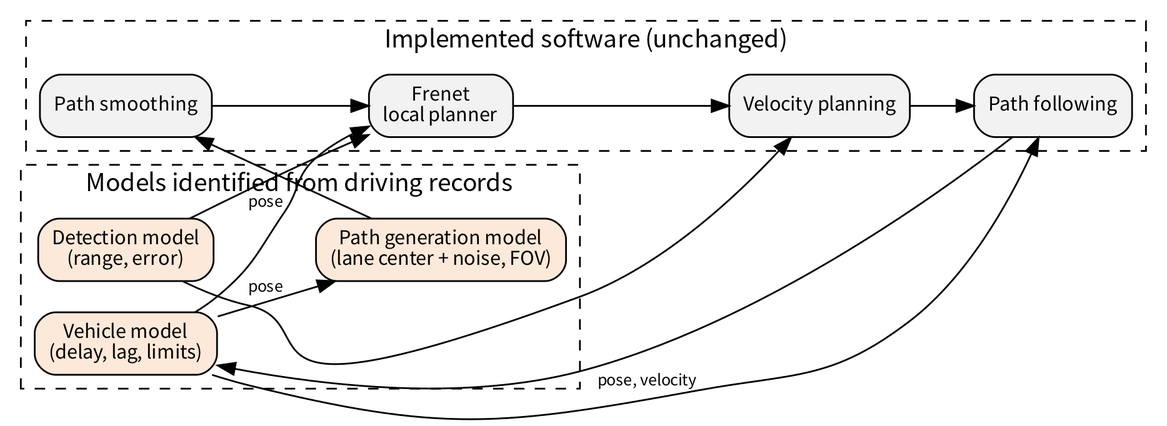
Before: images/sil.png, a diagram exported from Graphviz (kyo0221/master_thesis). Its source is kept beside it as images/sil.dot.
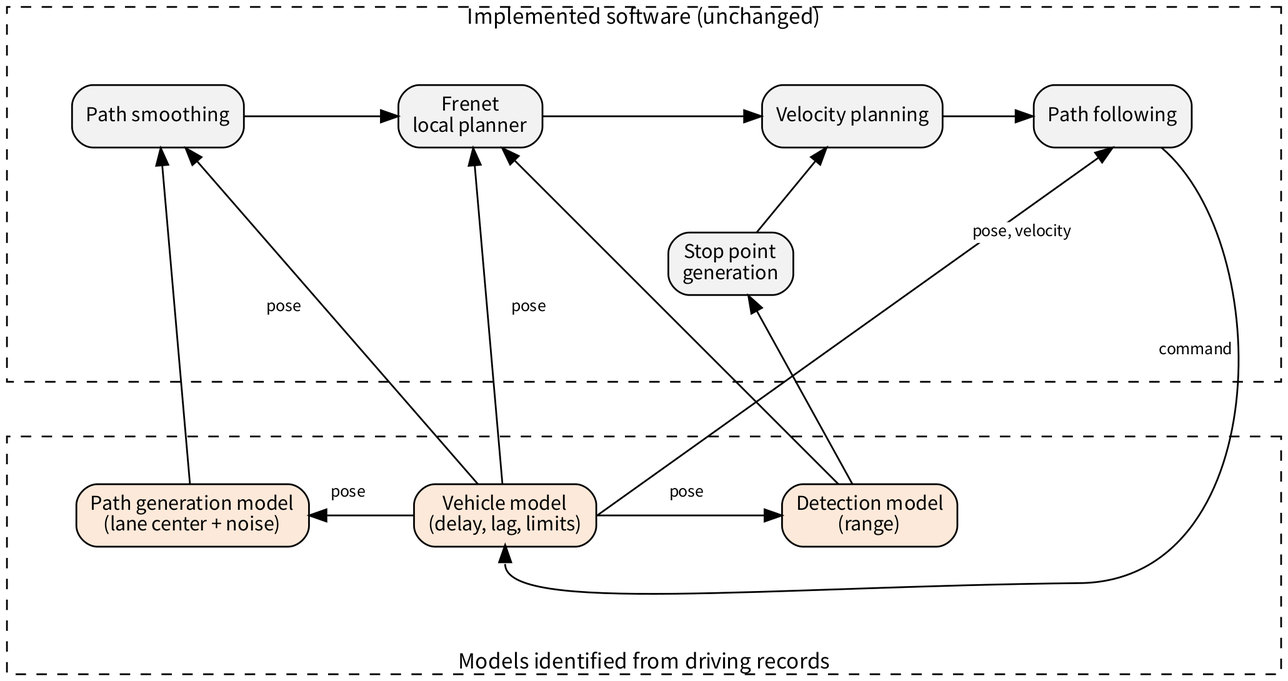
The same file after the commit.

Diff of the diagram source:
```diff
@@ -1,4 +1,11 @@
-digraph G { rankdir=LR; node [shape=box, style="rounded,filled", fontname="Noto Sans CJK JP", fontsize=11]; edge [fontname="Noto Sans CJK JP", fontsize=9];
-subgraph cluster_impl { label="Implemented software (unchanged)"; style=dashed; fontname="Noto Sans CJK JP"; sm [label="Path smoothing", fillcolor="#f2f2f2"]; lp [label="Frenet\nlocal planner", fillcolor="#f2f2f2"]; sp [label="Velocity planning", fillcolor="#f2f2f2"]; tr [label="Path following", fillcolor="#f2f2f2"]; }
-subgraph cluster_model { label="Models identified from driving records"; style=dashed; fontname="Noto Sans CJK JP"; pg [label="Path generation model\n(lane center + noise, FOV)", fillcolor="#fde9d9"]; det [label="Detection model\n(range, error)", fillcolor="#fde9d9"]; veh [label="Vehicle model\n(delay, lag, limits)", fillcolor="#fde9d9"]; }
-pg -> sm -> lp -> sp -> tr -> veh; det -> lp; det -> sp; veh -> pg [label="pose"]; veh -> lp [label="pose"]; veh -> tr [label="pose, velocity"]; }
+digraph G { splines=line;
+node [shape=box, style="rounded,filled", fontname="Noto Sans CJK JP", fontsize=11]; edge [fontname="Noto Sans CJK JP", fontsize=9];
+box_impl [label="Implemented software (unchanged)", shape=box, style=dashed, fillcolor=white, fixedsize=true, width=10.2, height=3.0, labelloc=t, fontsize=12, pos="350,190!"];
+box_model [label="Models identified from driving records", shape=box, style=dashed, fillcolor=white, fixedsize=true, width=10.2, height=1.9, labelloc=b, fontsize=12, pos="350,-18!"];
+sm [label="Path smoothing", fillcolor="#f2f2f2", pos="70,235!"]; lp [label="Frenet\nlocal planner", fillcolor="#f2f2f2", pos="250,235!"]; stp [label="Stop point\ngeneration", fillcolor="#f2f2f2", pos="400,150!"]; sp [label="Velocity planning", fillcolor="#f2f2f2", pos="470,235!"]; tr [label="Path following", fillcolor="#f2f2f2", pos="620,235!"];
+pg [label="Path generation model\n(lane center + noise)", fillcolor="#fde9d9", pos="90,5!"]; veh [label="Vehicle model\n(delay, lag, limits)", fillcolor="#fde9d9", pos="270,5!"]; det [label="Detection model\n(range)", fillcolor="#fde9d9", pos="480,5!"];
+node [shape=plaintext, style=filled, fillcolor=white, fontsize=9, margin="0.02,0.01", width=0.1, height=0.1];
+l1 [label="pose", pos="180,18!"]; l2 [label="pose", pos="375,18!"]; l3 [label="pose", pos="143,125!"]; l4 [label="pose", pos="284,125!"]; l5 [label="pose, velocity", pos="568,168!"]; l6 [label="command", pos="668,100!"];
+sm -> lp; lp -> sp; stp -> sp; sp -> tr; pg -> sm; det -> lp; det -> stp;
+veh -> pg; veh -> det; veh -> sm; veh -> lp; veh -> tr [tailport=e, headport=s];
+tr -> veh [pos="e,270,-12 648,217 715,160 712,-34 600,-34 420,-36 270,-52 270,-23"]; }
```
